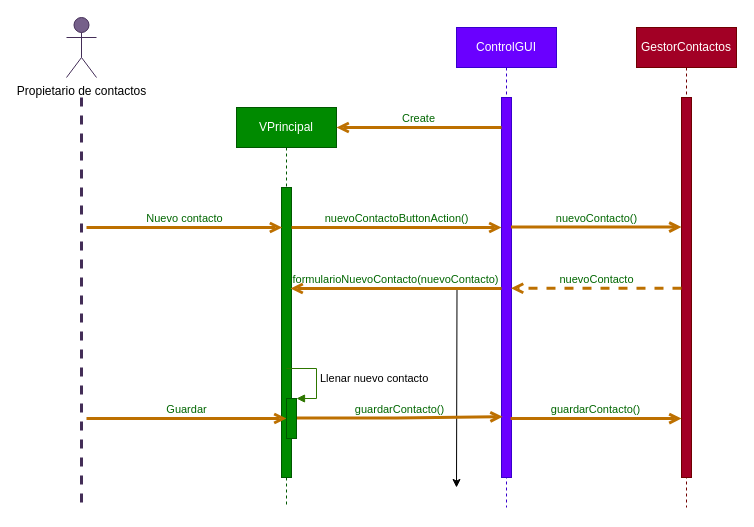
This is diagramas/diagramas de secuencia/secuenciaC2_NuevoContacto.drawio from JuanCarlosGarciaZepeda/SmartScheduler, a draw.io file, before an edit. Source tidied: cells renumbered, new cells numbered last; positions are measured from the earlier drawing's top-left corner, leaving out a move shared by most shapes. Both pictures are drawn from the tidied source at 100%, with x=0, y=0 at pixel (66, 17).
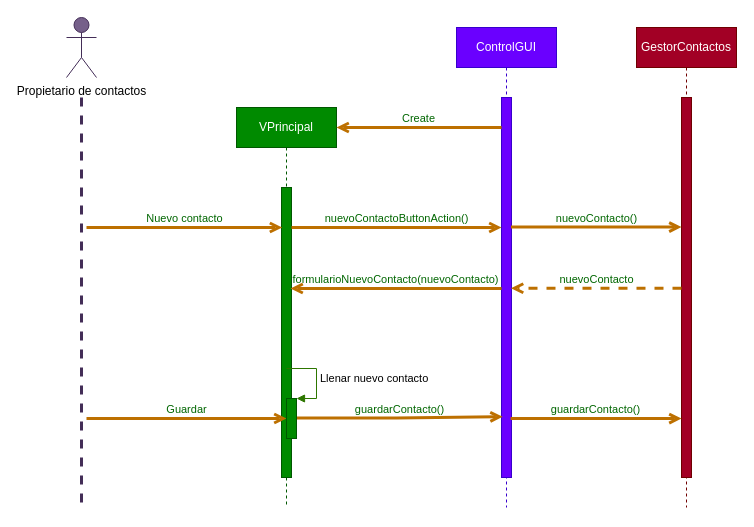
Above is the later version.

Unchanged cells that the change refers to:
```xml
<mxCell id="6" value="ControlGUI" style="shape=umlLifeline;perimeter=lifelinePerimeter;whiteSpace=wrap;html=1;strokeColor=#3700CC;fillColor=#6a00ff;fontColor=#ffffff;" parent="1" vertex="1">
  <mxGeometry x="390" y="10" width="100" height="480" as="geometry" />
</mxCell>
<mxCell id="8" style="html=1;points=[];perimeter=orthogonalPerimeter;fillColor=#6a00ff;strokeColor=#3700CC;fontColor=#ffffff;" parent="6" vertex="1">
  <mxGeometry x="45" y="70" width="10" height="380" as="geometry" />
</mxCell>
```

Diff of the diagram source:
```diff
@@
-    <mxCell id="7" style="edgeStyle=orthogonalEdgeStyle;rounded=0;jettySize=auto;html=1;fontColor=#000000;" parent="6" edge="1" source="8">
-      <mxGeometry relative="1" as="geometry">
-        <mxPoint y="460" as="targetPoint" />
-      </mxGeometry>
-    </mxCell>
```
